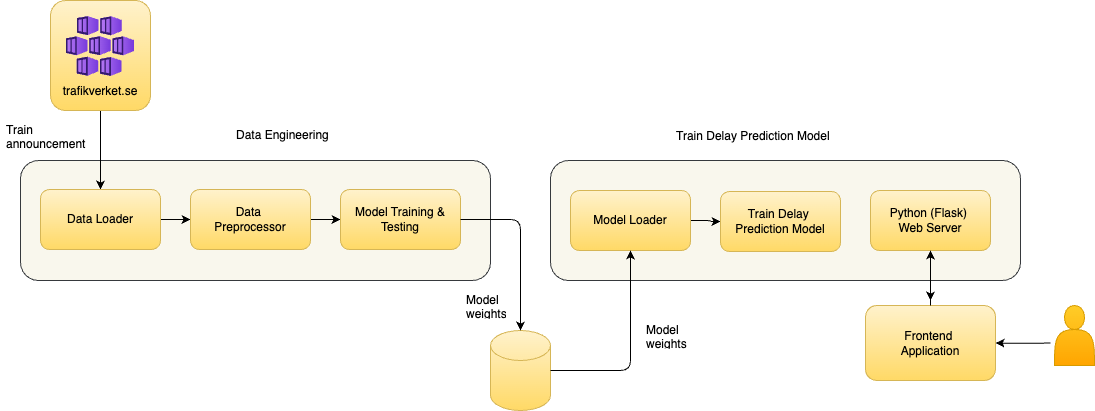
The draw.io diagram documentation/figures/Architectural-diagram.png in ziaulchowdhury/train-delay-prediction-system, before a commit. Source tidied: cells renumbered, new cells last; positions are measured from the earlier drawing's top-left corner, leaving out a move shared by most shapes.
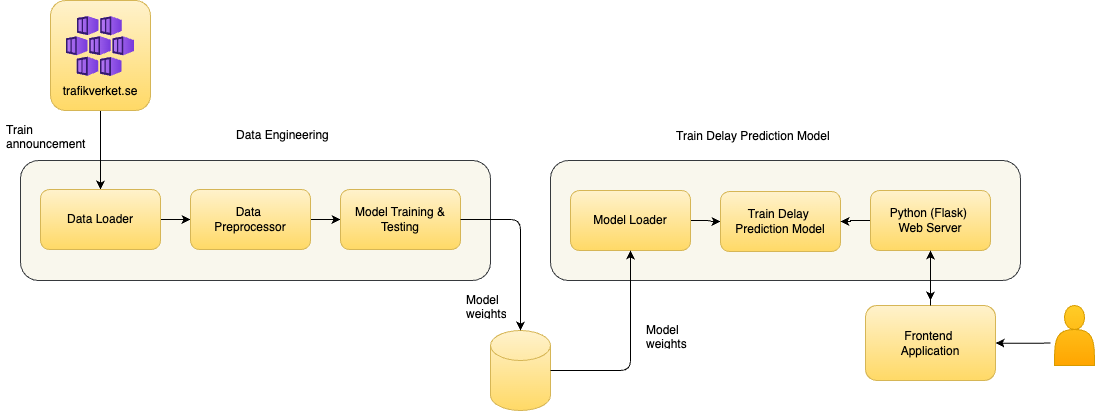
After the commit.

The edit, as a diff of the source:
```diff
@@ -67,6 +67,9 @@
         <mxPoint x="930" y="300" as="targetPoint" />
       </mxGeometry>
     </mxCell>
+    <mxCell id="29" style="edgeStyle=orthogonalEdgeStyle;rounded=0;jettySize=auto;html=1;entryX=1;entryY=0.5;entryDx=0;entryDy=0;" parent="1" edge="1" source="23" target="21">
+      <mxGeometry relative="1" as="geometry" />
+    </mxCell>
     <mxCell id="23" value="Python (Flask)&amp;nbsp;&lt;div&gt;Web Server&lt;/div&gt;" style="rounded=1;whiteSpace=wrap;html=1;labelBackgroundColor=none;fillColor=#fff2cc;strokeColor=#d6b656;gradientColor=#ffd966;" parent="1" vertex="1">
       <mxGeometry x="870" y="190" width="120" height="60" as="geometry" />
     </mxCell>
```
